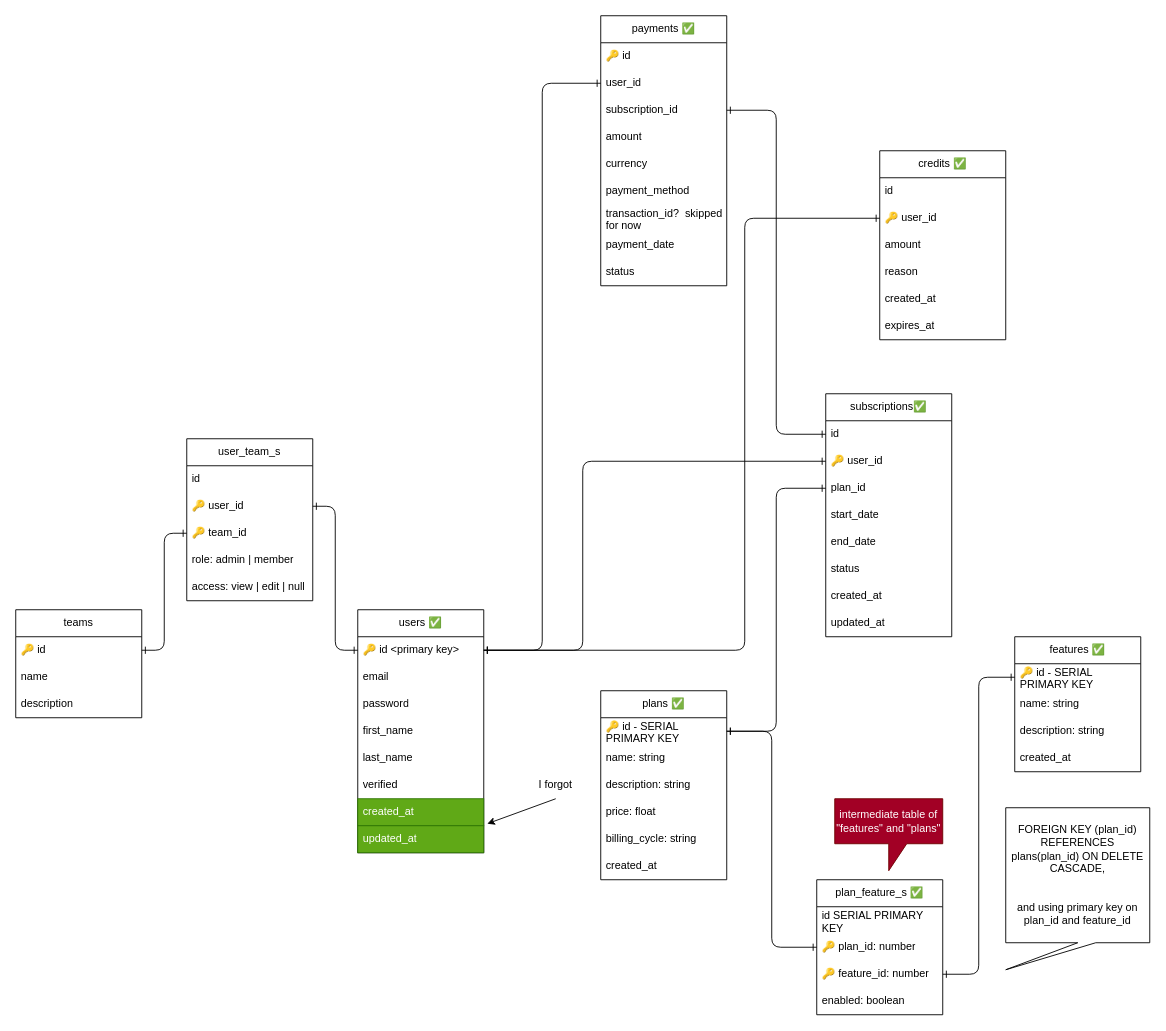
This is page "database design" (1 of 3) of sketch.drawio from danirisdiandita/Startup-Monorepo-Template, a draw.io file, before an edit. Source tidied: cells renumbered, new cells numbered last; positions are measured from the earlier drawing's top-left corner, leaving out a move shared by most shapes. Both pictures are drawn from the tidied source at 90%, with x=0, y=0 at pixel (15, 15).
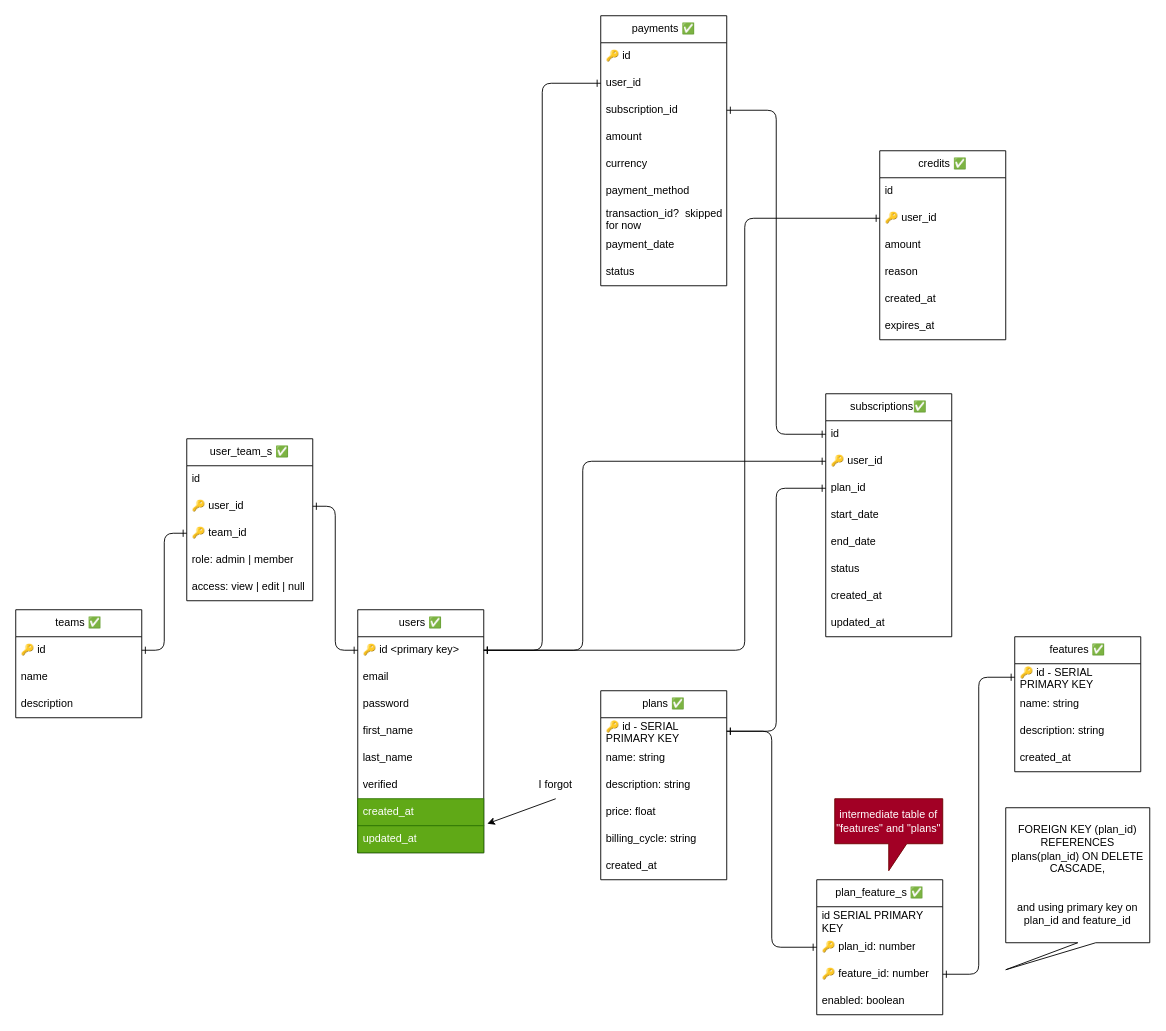
After the change.

Commit message (it also covers changes not shown here):
add user_team

Diff of the diagram source:
```diff
@@
-    <mxCell id="65" value="teams" style="swimlane;fontStyle=0;horizontal=1;startSize=30;whiteSpace=wrap;html=1;" parent="1" vertex="1">
+    <mxCell id="65" value="teams ✅" style="swimlane;fontStyle=0;horizontal=1;startSize=30;whiteSpace=wrap;html=1;" parent="1" vertex="1">
       <mxGeometry y="660" width="140" height="120" as="geometry" />
     </mxCell>
@@
-    <mxCell id="69" value="user_team_s" style="swimlane;fontStyle=0;horizontal=1;startSize=30;whiteSpace=wrap;html=1;" parent="1" vertex="1">
+    <mxCell id="69" value="user_team_s ✅" style="swimlane;fontStyle=0;horizontal=1;startSize=30;whiteSpace=wrap;html=1;" parent="1" vertex="1">
       <mxGeometry x="190" y="470" width="140" height="180" as="geometry" />
     </mxCell>
```
